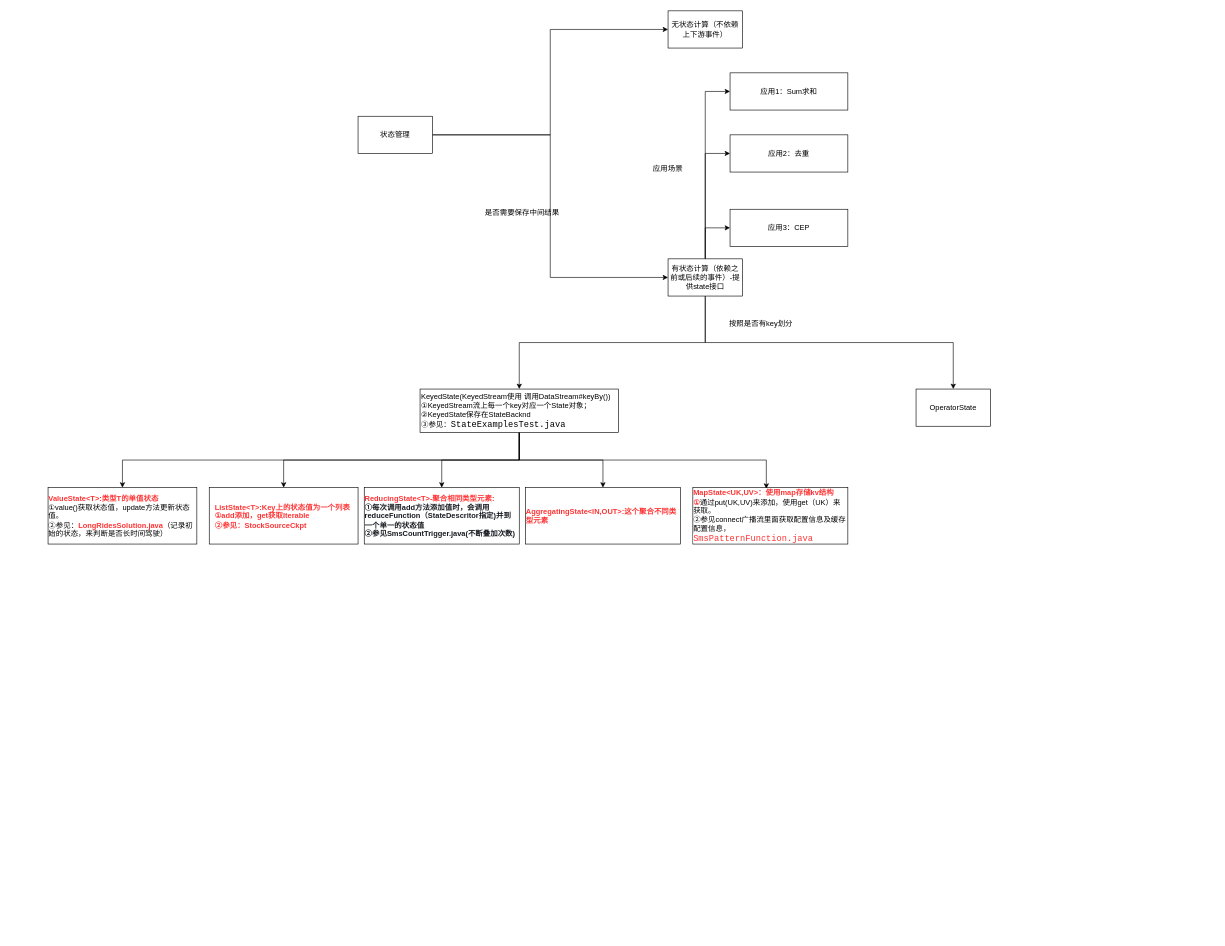
Above: 第七章状态管理.drawio in kimi-sxh/process_pic (draw.io), before the change. Source tidied: cells renumbered, new cells numbered last; positions are measured from the earlier drawing's top-left corner, leaving out a move shared by most shapes. Both pictures are drawn from the tidied source at 62%, with x=0, y=0 at pixel (48, 11).
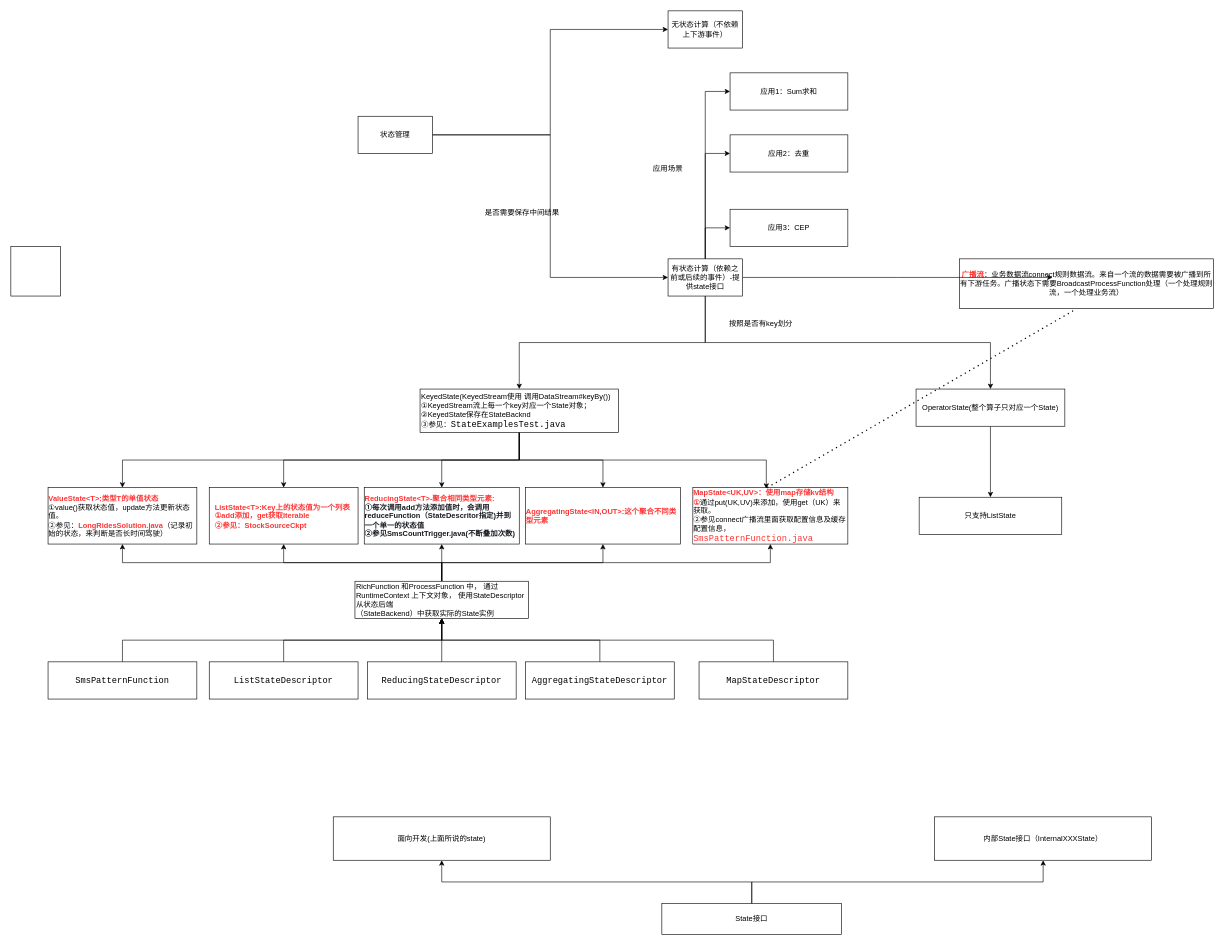
Above is the later version.

Commit message:
更新第七章状态管理.drawio

Unchanged cells that the change refers to:
```xml
<mxCell id="21" value="KeyedState(KeyedStream使用 调用DataStream#keyBy())&lt;div&gt;①KeyedStream流上每一个key对应一个State对象；&lt;/div&gt;&lt;div&gt;②KeyedState保存在StateBacknd&lt;/div&gt;&lt;div&gt;③参见：&lt;span style=&quot;background-color: rgb(255, 255, 255); font-family: &amp;quot;JetBrains Mono&amp;quot;, monospace; font-size: 10.5pt;&quot;&gt;StateExamplesTest.java&lt;/span&gt;&lt;/div&gt;" style="rounded=0;whiteSpace=wrap;html=1;align=left;" parent="1" vertex="1">
  <mxGeometry x="600" y="610" width="320" height="70" as="geometry" />
</mxCell>
<mxCell id="24" value="&lt;div style=&quot;text-align: start;&quot;&gt;&lt;span style=&quot;background-color: initial; text-align: center;&quot;&gt;&lt;b&gt;&lt;font color=&quot;#ff3333&quot;&gt;ValueState&amp;lt;T&amp;gt;:类型T的单值状态&lt;/font&gt;&lt;/b&gt;&lt;/span&gt;&lt;/div&gt;&lt;div style=&quot;text-align: start;&quot;&gt;&lt;span style=&quot;background-color: initial; text-align: center;&quot;&gt;①value()获取状态值，update方法更新状态值。&lt;/span&gt;&lt;/div&gt;&lt;div style=&quot;text-align: start;&quot;&gt;&lt;span style=&quot;background-color: initial; text-align: center;&quot;&gt;②参见：&lt;b&gt;&lt;font color=&quot;#ff3333&quot;&gt;LongRidesSolution.java&lt;/font&gt;&lt;/b&gt;（记录初始的状态，来判断是否长时间驾驶）&lt;/span&gt;&lt;span style=&quot;background-color: initial; text-wrap: nowrap; font-size: 0px;&quot;&gt;&lt;font face=&quot;monospace&quot; color=&quot;rgba(0, 0, 0, 0)&quot;&gt;【ValueState&amp;lt;T&amp;gt;】类型T的单值状态。参见：LongRidesSolution.java（记录初始的状态，来判断是否长时间驾驶）-&lt;/font&gt;&lt;/span&gt;&lt;span style=&quot;background-color: initial; text-wrap: nowrap; text-align: center; font-size: 0px;&quot;&gt;&lt;font face=&quot;monospace&quot; color=&quot;#ba0000&quot;&gt;【ValueState&amp;lt;T&amp;gt;】类型T的单值状态。参见：LongRidesSolution.java（记录初始的状态，来判断是否长时间驾驶）&lt;/font&gt;&lt;/span&gt;&lt;/div&gt;" style="rounded=0;whiteSpace=wrap;html=1;" parent="1" vertex="1">
  <mxGeometry y="769" width="240" height="91" as="geometry" />
</mxCell>
<mxCell id="25" value="&lt;div style=&quot;text-align: start;&quot;&gt;&lt;span style=&quot;background-color: initial; text-align: center;&quot;&gt;&lt;b&gt;&lt;font color=&quot;#ff3333&quot;&gt;ListState&amp;lt;T&amp;gt;:&lt;/font&gt;&lt;/b&gt;&lt;/span&gt;&lt;span style=&quot;background-color: initial; text-align: center;&quot;&gt;&lt;font color=&quot;#ff3333&quot;&gt;&lt;b&gt;Key上的状态值为一个列表&amp;nbsp;&lt;/b&gt;&lt;/font&gt;&lt;/span&gt;&lt;/div&gt;&lt;div style=&quot;text-align: start;&quot;&gt;&lt;span style=&quot;background-color: initial; text-align: center;&quot;&gt;&lt;font color=&quot;#ff3333&quot;&gt;&lt;b&gt;①add添加，get获取&lt;/b&gt;&lt;/font&gt;&lt;/span&gt;&lt;span style=&quot;background-color: initial; text-align: center;&quot;&gt;&lt;font color=&quot;#ff3333&quot;&gt;&lt;b&gt;Iterable&lt;/b&gt;&lt;/font&gt;&lt;/span&gt;&lt;/div&gt;&lt;div style=&quot;text-align: start;&quot;&gt;&lt;span style=&quot;background-color: initial; text-align: center;&quot;&gt;&lt;font color=&quot;#ff3333&quot;&gt;&lt;b&gt;②参见：StockSourceCkpt&lt;/b&gt;&lt;/font&gt;&lt;/span&gt;&lt;span style=&quot;background-color: initial; text-wrap: nowrap; font-size: 0px;&quot;&gt;&lt;font face=&quot;monospace&quot; color=&quot;rgba(0, 0, 0, 0)&quot;&gt;【ValueState&amp;lt;T&amp;gt;】类型T的单值状态。参见：LongRidesSolution.java（记录初始的状态，来判断是否长时间驾驶）-&lt;/font&gt;&lt;/span&gt;&lt;span style=&quot;background-color: initial; text-wrap: nowrap; text-align: center; font-size: 0px;&quot;&gt;&lt;font face=&quot;monospace&quot; color=&quot;#ba0000&quot;&gt;【ValueState&amp;lt;T&amp;gt;】类型T的单值状态。参见：LongRidesSolution.java（记录初始的状态，来判断是否长时间驾驶）&lt;/font&gt;&lt;/span&gt;&lt;/div&gt;" style="rounded=0;whiteSpace=wrap;html=1;" parent="1" vertex="1">
  <mxGeometry x="260" y="769" width="240" height="91" as="geometry" />
</mxCell>
<mxCell id="26" value="&lt;div style=&quot;&quot;&gt;&lt;div style=&quot;text-align: left;&quot;&gt;&lt;font style=&quot;background-color: initial;&quot; color=&quot;#ff3333&quot;&gt;&lt;b&gt;ReducingState&amp;lt;T&amp;gt;-聚合相同类型元素:&lt;/b&gt;&lt;/font&gt;&lt;/div&gt;&lt;div style=&quot;text-align: left;&quot;&gt;&lt;font color=&quot;#16191f&quot;&gt;&lt;span style=&quot;background-color: initial; font-weight: bold;&quot;&gt;①每次调用add方法添加&lt;/span&gt;&lt;span style=&quot;background-color: initial; font-weight: bold;&quot;&gt;值时，会调用reduceFunction（StateDescritor指定)并到一个单一的状态值&lt;/span&gt;&lt;/font&gt;&lt;/div&gt;&lt;div style=&quot;text-align: left;&quot;&gt;&lt;font color=&quot;#16191f&quot; style=&quot;background-color: initial;&quot;&gt;&lt;b style=&quot;&quot;&gt;②参见SmsCountTrigger.java(不断叠加次数)&lt;/b&gt;&lt;/font&gt;&lt;/div&gt;&lt;/div&gt;" style="rounded=0;whiteSpace=wrap;html=1;" parent="1" vertex="1">
  <mxGeometry x="510" y="769" width="250" height="91" as="geometry" />
</mxCell>
<mxCell id="27" value="&lt;div style=&quot;&quot;&gt;&lt;div style=&quot;text-align: left;&quot;&gt;&lt;font color=&quot;#ff3333&quot;&gt;&lt;b&gt;AggregatingState&amp;lt;IN,OUT&amp;gt;:这个聚合不同类型元素&lt;/b&gt;&lt;/font&gt;&lt;br&gt;&lt;/div&gt;&lt;/div&gt;" style="rounded=0;whiteSpace=wrap;html=1;" parent="1" vertex="1">
  <mxGeometry x="770" y="769" width="250" height="91" as="geometry" />
</mxCell>
<mxCell id="28" value="&lt;div style=&quot;&quot;&gt;&lt;div style=&quot;text-align: left;&quot;&gt;&lt;font color=&quot;#ff3333&quot;&gt;&lt;b&gt;MapState&amp;lt;UK,UV&amp;gt;：使用map存储kv结构&lt;/b&gt;&lt;/font&gt;&lt;br&gt;&lt;/div&gt;&lt;div style=&quot;text-align: left;&quot;&gt;&lt;font color=&quot;#ff3333&quot;&gt;&lt;b&gt;①&lt;/b&gt;&lt;/font&gt;&lt;span style=&quot;background-color: initial;&quot;&gt;通过put(UK,UV)&lt;/span&gt;&lt;span style=&quot;background-color: initial;&quot;&gt;来添加，使用get（UK）来获取。&lt;/span&gt;&lt;/div&gt;&lt;div style=&quot;text-align: left;&quot;&gt;②参见connect广播流里面获取配置信息及缓存配置信息，&lt;span style=&quot;background-color: rgb(255, 255, 255); font-family: &amp;quot;JetBrains Mono&amp;quot;, monospace; font-size: 10.5pt; text-align: center;&quot;&gt;&lt;font color=&quot;#ff3333&quot;&gt;SmsPatternFunction.java&lt;/font&gt;&lt;/span&gt;&lt;/div&gt;&lt;/div&gt;" style="rounded=0;whiteSpace=wrap;html=1;" parent="1" vertex="1">
  <mxGeometry x="1040" y="769" width="250" height="91" as="geometry" />
</mxCell>
```

What changed in the source:
```diff
@@
-    <mxCell id="9" style="edgeStyle=orthogonalEdgeStyle;rounded=0;jettySize=auto;html=1;exitX=0.5;exitY=1;exitDx=0;exitDy=0;entryX=0.5;entryY=0;entryDx=0;entryDy=0;" parent="1" edge="1" source="11" target="21">
-      <mxGeometry relative="1" as="geometry" />
-    </mxCell>
-    <mxCell id="10" style="edgeStyle=orthogonalEdgeStyle;rounded=0;jettySize=auto;html=1;exitX=0.5;exitY=1;exitDx=0;exitDy=0;entryX=0.5;entryY=0;entryDx=0;entryDy=0;" parent="1" edge="1" source="11" target="22">
-      <mxGeometry relative="1" as="geometry" />
-    </mxCell>
-    <mxCell id="11" value="有状态计算（依赖之前或后续的事件）-提供state接口" style="rounded=0;whiteSpace=wrap;html=1;" parent="1" vertex="1">
-      <mxGeometry x="1000" y="400" width="120" height="60" as="geometry" />
-    </mxCell>
@@
+    <mxCell id="30" value="&lt;font color=&quot;#ff3333&quot;&gt;&lt;b&gt;广播流&lt;/b&gt;&lt;/font&gt;：业务数据流connect规则数据流。来自一个流的数据需要被广播到所有下游任务。广播状态下需要BroadcastProcessFunction处理（一个处理规则流，一个处理业务流）" style="rounded=0;whiteSpace=wrap;html=1;" parent="1" vertex="1">
+      <mxGeometry x="1470" y="400" width="410" height="80" as="geometry" />
+    </mxCell>
+    <mxCell id="31" style="edgeStyle=orthogonalEdgeStyle;rounded=0;jettySize=auto;html=1;exitX=0.5;exitY=0;exitDx=0;exitDy=0;entryX=0.5;entryY=1;entryDx=0;entryDy=0;" parent="1" edge="1" source="33" target="35">
+      <mxGeometry relative="1" as="geometry" />
+    </mxCell>
+    <mxCell id="32" style="edgeStyle=orthogonalEdgeStyle;rounded=0;jettySize=auto;html=1;exitX=0.5;exitY=0;exitDx=0;exitDy=0;entryX=0.5;entryY=1;entryDx=0;entryDy=0;" parent="1" edge="1" source="33" target="34">
+      <mxGeometry relative="1" as="geometry" />
+    </mxCell>
+    <mxCell id="33" value="State接口" style="rounded=0;whiteSpace=wrap;html=1;" parent="1" vertex="1">
+      <mxGeometry x="990" y="1440" width="290" height="50" as="geometry" />
+    </mxCell>
+    <mxCell id="34" value="内部State接口（InternalXXXState）" style="rounded=0;whiteSpace=wrap;html=1;" parent="1" vertex="1">
+      <mxGeometry x="1430" y="1300" width="350" height="70" as="geometry" />
+    </mxCell>
+    <mxCell id="35" value="面向开发(上面所说的state)" style="rounded=0;whiteSpace=wrap;html=1;" parent="1" vertex="1">
+      <mxGeometry x="460" y="1300" width="350" height="70" as="geometry" />
+    </mxCell>
+    <mxCell id="9" style="edgeStyle=orthogonalEdgeStyle;rounded=0;jettySize=auto;html=1;exitX=0.5;exitY=1;exitDx=0;exitDy=0;entryX=0.5;entryY=0;entryDx=0;entryDy=0;" parent="1" edge="1" source="11" target="21">
+      <mxGeometry relative="1" as="geometry" />
+    </mxCell>
+    <mxCell id="10" style="edgeStyle=orthogonalEdgeStyle;rounded=0;jettySize=auto;html=1;exitX=0.5;exitY=1;exitDx=0;exitDy=0;entryX=0.5;entryY=0;entryDx=0;entryDy=0;" parent="1" edge="1" source="11" target="22">
+      <mxGeometry relative="1" as="geometry" />
+    </mxCell>
+    <mxCell id="36" style="edgeStyle=orthogonalEdgeStyle;rounded=0;jettySize=auto;html=1;exitX=1;exitY=0.5;exitDx=0;exitDy=0;" parent="1" edge="1" source="11">
+      <mxGeometry relative="1" as="geometry">
+        <mxPoint x="1620" y="430" as="targetPoint" />
+      </mxGeometry>
+    </mxCell>
+    <mxCell id="11" value="有状态计算（依赖之前或后续的事件）-提供state接口" style="rounded=0;whiteSpace=wrap;html=1;" parent="1" vertex="1">
+      <mxGeometry x="1000" y="400" width="120" height="60" as="geometry" />
+    </mxCell>
@@
+    <mxCell id="37" style="edgeStyle=orthogonalEdgeStyle;rounded=0;jettySize=auto;html=1;exitX=0.5;exitY=1;exitDx=0;exitDy=0;entryX=0.5;entryY=0;entryDx=0;entryDy=0;" parent="1" edge="1" source="22" target="38">
+      <mxGeometry relative="1" as="geometry" />
+    </mxCell>
-    <mxCell id="22" value="OperatorState" style="rounded=0;whiteSpace=wrap;html=1;" parent="1" vertex="1">
-      <mxGeometry x="1400" y="610" width="120" height="60" as="geometry" />
+    <mxCell id="22" value="OperatorState(整个算子只对应一个State)" style="rounded=0;whiteSpace=wrap;html=1;" parent="1" vertex="1">
+      <mxGeometry x="1400" y="610" width="240" height="60" as="geometry" />
     </mxCell>
@@
+    <mxCell id="38" value="只支持ListState" style="rounded=0;whiteSpace=wrap;html=1;" parent="1" vertex="1">
+      <mxGeometry x="1405" y="784.5" width="230" height="60" as="geometry" />
+    </mxCell>
+    <mxCell id="39" style="edgeStyle=orthogonalEdgeStyle;rounded=0;jettySize=auto;html=1;exitX=0.5;exitY=0;exitDx=0;exitDy=0;entryX=0.5;entryY=1;entryDx=0;entryDy=0;" parent="1" edge="1" source="40" target="54">
+      <mxGeometry relative="1" as="geometry" />
+    </mxCell>
+    <mxCell id="40" value="&lt;pre style=&quot;background-color:#ffffff;color:#080808;font-family:'JetBrains Mono',monospace;font-size:10.5pt;&quot;&gt;&lt;span style=&quot;color:#000000;&quot;&gt;SmsPatternFunction&lt;/span&gt;&lt;/pre&gt;" style="rounded=0;whiteSpace=wrap;html=1;" parent="1" vertex="1">
+      <mxGeometry y="1050" width="240" height="60" as="geometry" />
+    </mxCell>
+    <mxCell id="41" style="edgeStyle=orthogonalEdgeStyle;rounded=0;jettySize=auto;html=1;exitX=0.5;exitY=0;exitDx=0;exitDy=0;entryX=0.5;entryY=1;entryDx=0;entryDy=0;" parent="1" edge="1" source="42" target="54">
+      <mxGeometry relative="1" as="geometry" />
+    </mxCell>
+    <mxCell id="42" value="&lt;pre style=&quot;background-color:#ffffff;color:#080808;font-family:'JetBrains Mono',monospace;font-size:10.5pt;&quot;&gt;&lt;span style=&quot;color:#000000;&quot;&gt;ListStateDescriptor&lt;/span&gt;&lt;/pre&gt;" style="rounded=0;whiteSpace=wrap;html=1;" parent="1" vertex="1">
+      <mxGeometry x="260" y="1050" width="240" height="60" as="geometry" />
+    </mxCell>
+    <mxCell id="43" style="edgeStyle=orthogonalEdgeStyle;rounded=0;jettySize=auto;html=1;exitX=0.5;exitY=0;exitDx=0;exitDy=0;" parent="1" edge="1" source="44">
+      <mxGeometry relative="1" as="geometry">
+        <mxPoint x="634.9" y="980" as="targetPoint" />
+      </mxGeometry>
+    </mxCell>
+    <mxCell id="44" value="&lt;pre style=&quot;background-color:#ffffff;color:#080808;font-family:'JetBrains Mono',monospace;font-size:10.5pt;&quot;&gt;&lt;span style=&quot;color:#000000;&quot;&gt;ReducingStateDescriptor&lt;/span&gt;&lt;/pre&gt;" style="rounded=0;whiteSpace=wrap;html=1;" parent="1" vertex="1">
+      <mxGeometry x="515" y="1050" width="240" height="60" as="geometry" />
+    </mxCell>
+    <mxCell id="45" style="edgeStyle=orthogonalEdgeStyle;rounded=0;jettySize=auto;html=1;exitX=0.5;exitY=0;exitDx=0;exitDy=0;entryX=0.5;entryY=1;entryDx=0;entryDy=0;" parent="1" edge="1" source="46" target="54">
+      <mxGeometry relative="1" as="geometry" />
+    </mxCell>
+    <mxCell id="46" value="&lt;pre style=&quot;background-color:#ffffff;color:#080808;font-family:'JetBrains Mono',monospace;font-size:10.5pt;&quot;&gt;&lt;span style=&quot;color:#000000;&quot;&gt;AggregatingStateDescriptor&lt;/span&gt;&lt;/pre&gt;" style="rounded=0;whiteSpace=wrap;html=1;" parent="1" vertex="1">
+      <mxGeometry x="770" y="1050" width="240" height="60" as="geometry" />
+    </mxCell>
+    <mxCell id="47" style="edgeStyle=orthogonalEdgeStyle;rounded=0;jettySize=auto;html=1;exitX=0.5;exitY=0;exitDx=0;exitDy=0;entryX=0.5;entryY=1;entryDx=0;entryDy=0;" parent="1" edge="1" source="48" target="54">
+      <mxGeometry relative="1" as="geometry" />
+    </mxCell>
+    <mxCell id="48" value="&lt;pre style=&quot;background-color:#ffffff;color:#080808;font-family:'JetBrains Mono',monospace;font-size:10.5pt;&quot;&gt;&lt;span style=&quot;color:#000000;&quot;&gt;MapStateDescriptor&lt;/span&gt;&lt;/pre&gt;" style="rounded=0;whiteSpace=wrap;html=1;" parent="1" vertex="1">
+      <mxGeometry x="1050" y="1050" width="240" height="60" as="geometry" />
+    </mxCell>
+    <mxCell id="49" style="edgeStyle=orthogonalEdgeStyle;rounded=0;jettySize=auto;html=1;exitX=0.5;exitY=0;exitDx=0;exitDy=0;" parent="1" edge="1" source="54" target="24">
+      <mxGeometry relative="1" as="geometry" />
+    </mxCell>
+    <mxCell id="50" style="edgeStyle=orthogonalEdgeStyle;rounded=0;jettySize=auto;html=1;exitX=0.5;exitY=0;exitDx=0;exitDy=0;entryX=0.5;entryY=1;entryDx=0;entryDy=0;" parent="1" edge="1" source="54" target="25">
+      <mxGeometry relative="1" as="geometry" />
+    </mxCell>
+    <mxCell id="51" style="edgeStyle=orthogonalEdgeStyle;rounded=0;jettySize=auto;html=1;exitX=0.5;exitY=0;exitDx=0;exitDy=0;entryX=0.5;entryY=1;entryDx=0;entryDy=0;" parent="1" edge="1" source="54" target="26">
+      <mxGeometry relative="1" as="geometry" />
+    </mxCell>
+    <mxCell id="52" style="edgeStyle=orthogonalEdgeStyle;rounded=0;jettySize=auto;html=1;exitX=0.5;exitY=0;exitDx=0;exitDy=0;entryX=0.5;entryY=1;entryDx=0;entryDy=0;" parent="1" edge="1" source="54" target="27">
+      <mxGeometry relative="1" as="geometry" />
+    </mxCell>
+    <mxCell id="53" style="edgeStyle=orthogonalEdgeStyle;rounded=0;jettySize=auto;html=1;exitX=0.5;exitY=0;exitDx=0;exitDy=0;entryX=0.5;entryY=1;entryDx=0;entryDy=0;" parent="1" edge="1" source="54" target="28">
+      <mxGeometry relative="1" as="geometry" />
+    </mxCell>
+    <mxCell id="54" value="&lt;div&gt;RichFunction 和ProcessFunction 中， 通过&lt;span style=&quot;background-color: initial;&quot;&gt;RuntimeContext 上下文对象， 使用StateDescriptor 从状态后端&lt;/span&gt;&lt;/div&gt;&lt;div&gt;（StateBackend）中获取实际的State实例&lt;/div&gt;" style="rounded=0;whiteSpace=wrap;html=1;align=left;" parent="1" vertex="1">
+      <mxGeometry x="495" y="920" width="280" height="60" as="geometry" />
+    </mxCell>
+    <mxCell id="55" style="endArrow=none;dashed=1;html=1;dashPattern=1 3;strokeWidth=2;rounded=0;entryX=0.447;entryY=1.048;entryDx=0;entryDy=0;entryPerimeter=0;" parent="1" edge="1" target="30">
+      <mxGeometry relative="1" as="geometry">
+        <mxPoint x="1160" y="769" as="sourcePoint" />
+      </mxGeometry>
+    </mxCell>
+    <mxCell id="56" style="whiteSpace=wrap;html=1;" parent="1" vertex="1">
+      <mxGeometry x="-60" y="380" width="80" height="80" as="geometry" />
+    </mxCell>
```
